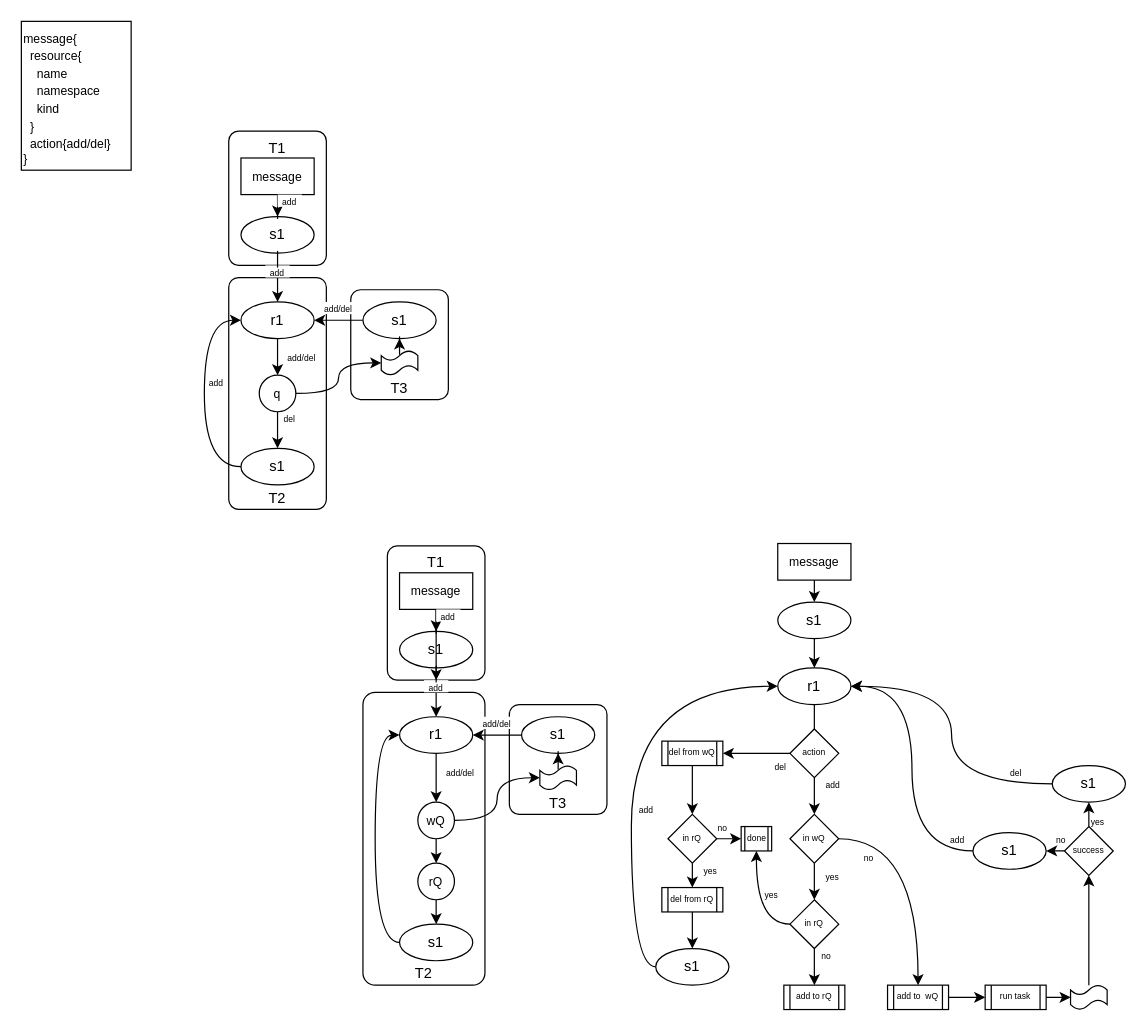
Earlier version of the draw.io diagram Untitled Diagram.drawio (michaelhenkel/config-controller). Source tidied: cells renumbered, new cells numbered last; positions are measured from the earlier drawing's top-left corner, leaving out a move shared by most shapes. Both pictures are drawn from the tidied source at 122%, with x=0, y=0 at pixel (21, 21).
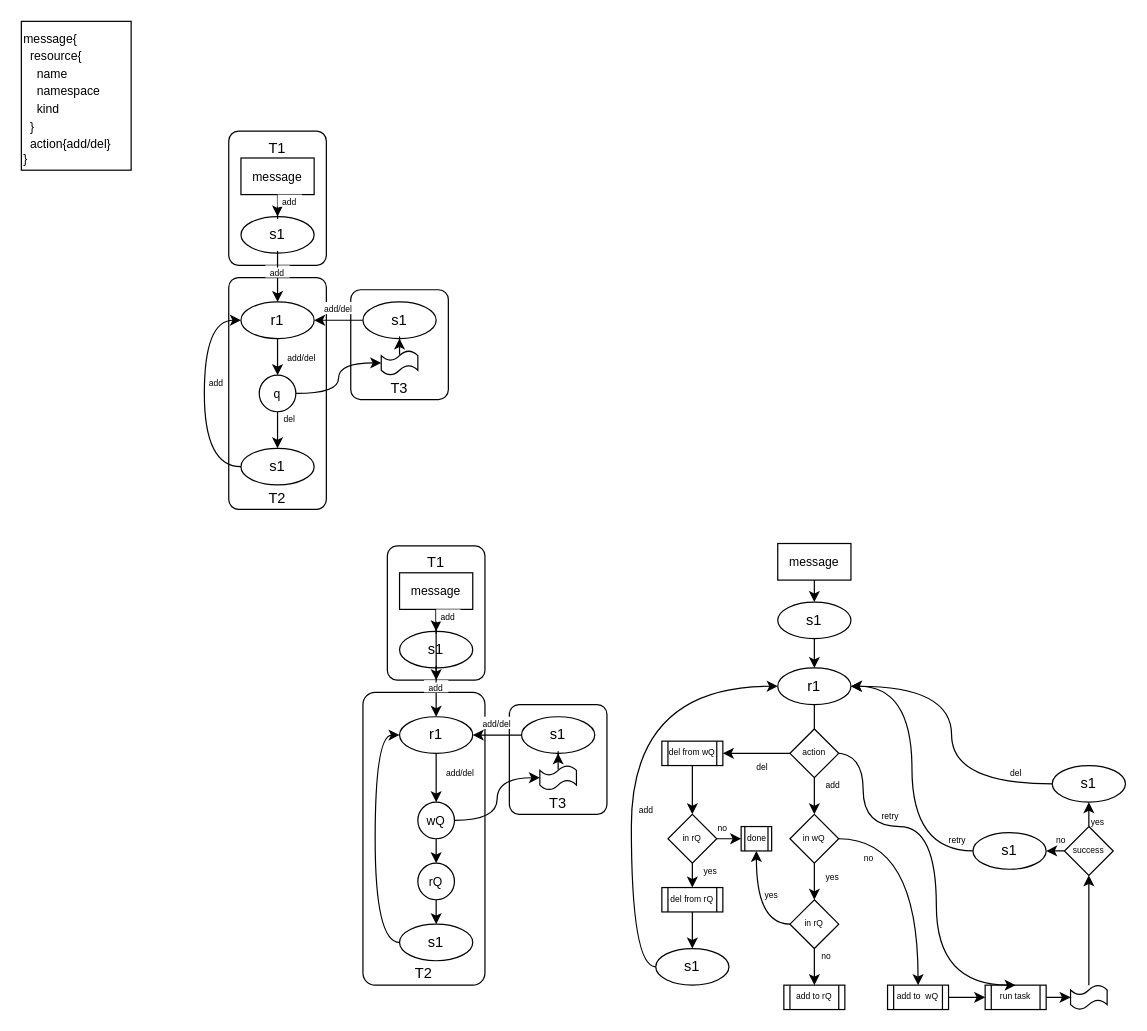
The same page after the edit.

The change refers to these unchanged cells:
```xml
<mxCell id="62" value="action" style="rhombus;whiteSpace=wrap;html=1;fontSize=7;fillColor=default;" parent="1" vertex="1">
  <mxGeometry x="630" y="580" width="40" height="40" as="geometry" />
</mxCell>
<mxCell id="72" value="run task" style="shape=process;whiteSpace=wrap;html=1;backgroundOutline=1;fontSize=7;fillColor=none;" parent="1" vertex="1">
  <mxGeometry x="790" y="790" width="50" height="20" as="geometry" />
</mxCell>
```

Change to the diagram source:
```diff
@@
+    <mxCell id="106" style="edgeStyle=orthogonalEdgeStyle;curved=1;rounded=0;jettySize=auto;html=1;entryX=0.5;entryY=0;entryDx=0;entryDy=0;fontSize=7;exitX=0.914;exitY=0.493;exitDx=0;exitDy=0;exitPerimeter=0;" parent="1" edge="1" source="62" target="72">
+      <mxGeometry relative="1" as="geometry">
+        <Array as="points">
+          <mxPoint x="690" y="600" />
+          <mxPoint x="690" y="660" />
+          <mxPoint x="750" y="660" />
+          <mxPoint x="750" y="790" />
+        </Array>
+      </mxGeometry>
+    </mxCell>
@@
-    <mxCell id="85" value="&lt;font style=&quot;font-size: 7px&quot;&gt;add&lt;/font&gt;" style="text;html=1;strokeColor=none;fillColor=none;align=center;verticalAlign=middle;whiteSpace=wrap;rounded=0;fontSize=10;" parent="1" vertex="1">
+    <mxCell id="85" value="&lt;font style=&quot;font-size: 7px&quot;&gt;retry&lt;/font&gt;" style="text;html=1;strokeColor=none;fillColor=none;align=center;verticalAlign=middle;whiteSpace=wrap;rounded=0;fontSize=10;" parent="1" vertex="1">
       <mxGeometry x="755" y="665" width="25" height="10" as="geometry" />
     </mxCell>
@@
     <mxCell id="89" value="&lt;font style=&quot;font-size: 7px&quot;&gt;del&lt;/font&gt;" style="text;html=1;strokeColor=none;fillColor=none;align=center;verticalAlign=middle;whiteSpace=wrap;rounded=0;fontSize=10;" parent="1" vertex="1">
-      <mxGeometry x="610" y="600" width="25" height="20" as="geometry" />
+      <mxGeometry x="595" y="600" width="25" height="20" as="geometry" />
     </mxCell>
@@
+    <mxCell id="107" value="&lt;font style=&quot;font-size: 7px&quot;&gt;retry&lt;/font&gt;" style="text;html=1;strokeColor=none;fillColor=none;align=center;verticalAlign=middle;whiteSpace=wrap;rounded=0;fontSize=10;" parent="1" vertex="1">
+      <mxGeometry x="700" y="645" width="25" height="10" as="geometry" />
+    </mxCell>
```
